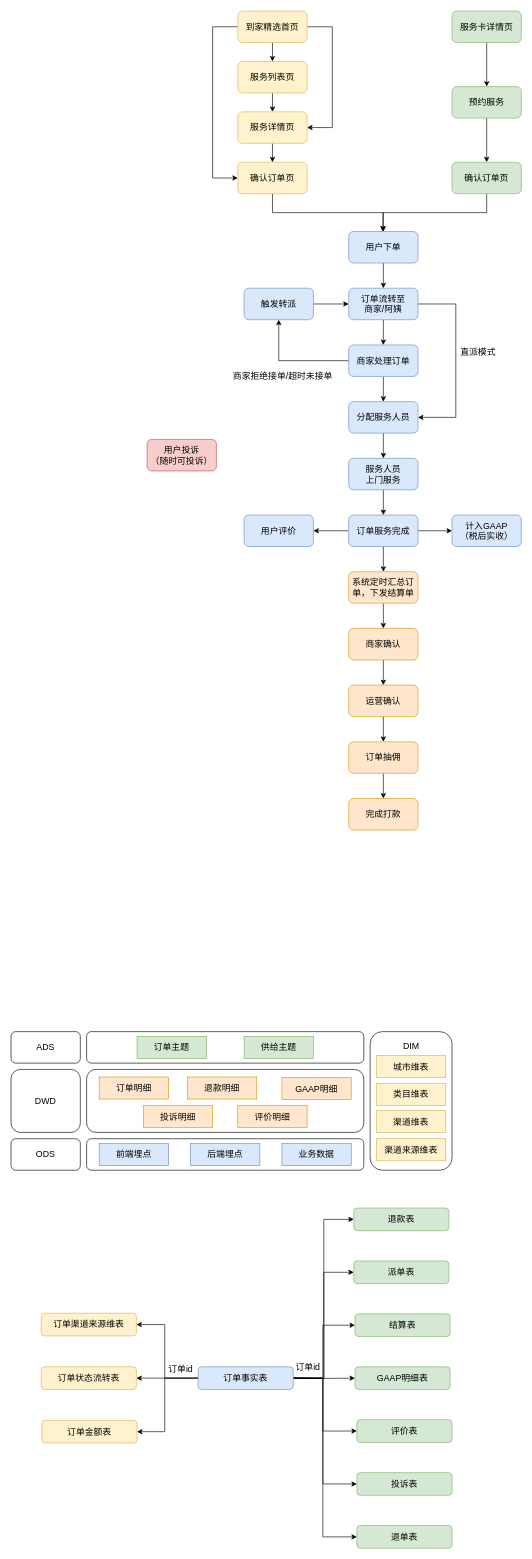
Before: page "家政交易侧业务流程" (3 of 3) of Untitled Diagram.drawio in chihiro-qx/hello-world, a draw.io diagram. Source tidied: cells renumbered, new cells numbered last; positions are measured from the earlier drawing's top-left corner, leaving out a move shared by most shapes. Both pictures are drawn from the tidied source at 63%, with x=0, y=0 at pixel (11, 11).
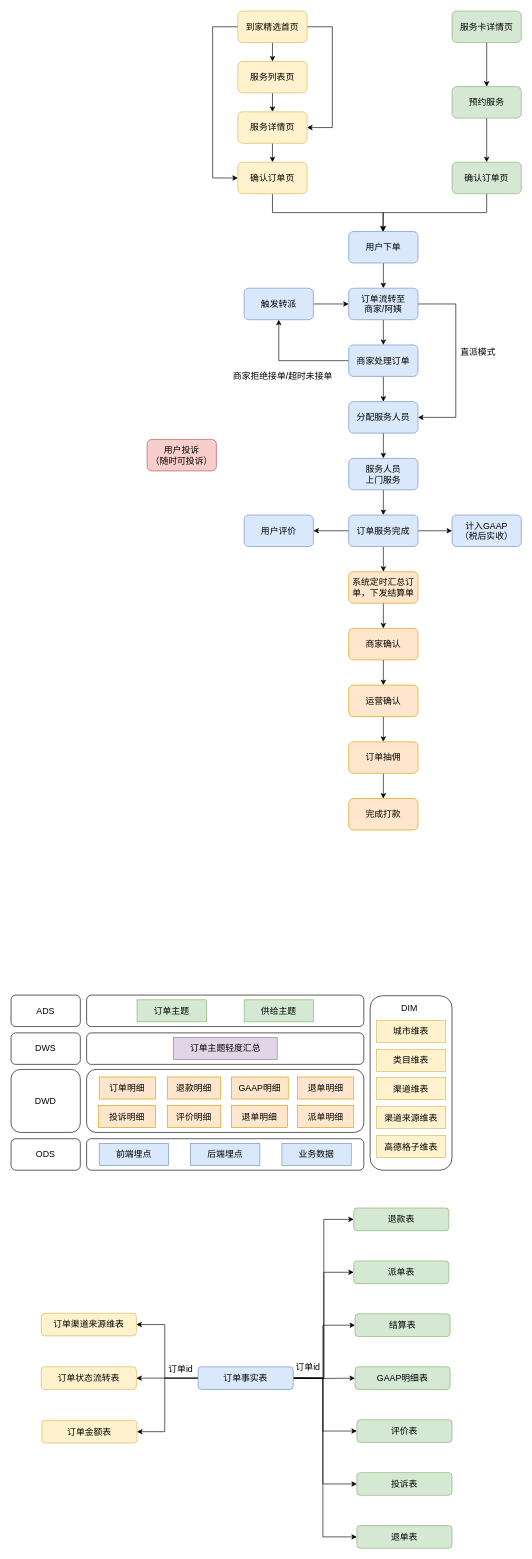
Above is the later version.

The edit, as a diff of the source:
```diff
@@
     <mxCell id="2" style="rounded=1;fontSize=14;shadow=0;html=1;whiteSpace=wrap;" parent="1" vertex="1">
-      <mxGeometry x="120" y="1620" width="440" height="50" as="geometry" />
+      <mxGeometry x="120" y="1562" width="440" height="50" as="geometry" />
     </mxCell>
@@
     <mxCell id="57" value="&lt;font style=&quot;font-size: 14px;&quot;&gt;订单明细&lt;/font&gt;" style="rounded=0;whiteSpace=wrap;html=1;shadow=0;fillColor=#ffe6cc;strokeColor=#d79b00;" parent="1" vertex="1">
-      <mxGeometry x="140" y="1692" width="110" height="35" as="geometry" />
+      <mxGeometry x="140" y="1692" width="89" height="35" as="geometry" />
     </mxCell>
     <mxCell id="58" value="&lt;font style=&quot;font-size: 14px;&quot;&gt;退款明细&lt;/font&gt;" style="rounded=0;whiteSpace=wrap;html=1;shadow=0;fillColor=#ffe6cc;strokeColor=#d79b00;" parent="1" vertex="1">
-      <mxGeometry x="280" y="1692" width="110" height="35" as="geometry" />
+      <mxGeometry x="248" y="1692" width="85" height="35" as="geometry" />
     </mxCell>
     <mxCell id="59" value="&lt;font style=&quot;font-size: 14px;&quot;&gt;GAAP明细&lt;/font&gt;" style="rounded=0;whiteSpace=wrap;html=1;shadow=0;fillColor=#ffe6cc;strokeColor=#d79b00;" parent="1" vertex="1">
-      <mxGeometry x="430" y="1693" width="110" height="35" as="geometry" />
+      <mxGeometry x="350" y="1692" width="90" height="35" as="geometry" />
     </mxCell>
     <mxCell id="60" value="&lt;font style=&quot;font-size: 14px;&quot;&gt;投诉明细&lt;/font&gt;" style="rounded=0;whiteSpace=wrap;html=1;shadow=0;fillColor=#ffe6cc;strokeColor=#d79b00;" parent="1" vertex="1">
-      <mxGeometry x="210" y="1737" width="110" height="35" as="geometry" />
+      <mxGeometry x="139" y="1737" width="90" height="35" as="geometry" />
     </mxCell>
     <mxCell id="61" value="&lt;font style=&quot;font-size: 14px;&quot;&gt;评价明细&lt;/font&gt;" style="rounded=0;whiteSpace=wrap;html=1;shadow=0;fillColor=#ffe6cc;strokeColor=#d79b00;" parent="1" vertex="1">
-      <mxGeometry x="360" y="1737" width="110" height="35" as="geometry" />
+      <mxGeometry x="248" y="1737" width="85" height="35" as="geometry" />
     </mxCell>
     <mxCell id="62" value="&lt;font style=&quot;font-size: 14px;&quot;&gt;订单主题&lt;/font&gt;" style="rounded=0;whiteSpace=wrap;html=1;shadow=0;fillColor=#d5e8d4;strokeColor=#82b366;" parent="1" vertex="1">
-      <mxGeometry x="200" y="1627.5" width="110" height="35" as="geometry" />
+      <mxGeometry x="200" y="1569.5" width="110" height="35" as="geometry" />
     </mxCell>
     <mxCell id="63" value="&lt;font style=&quot;font-size: 14px;&quot;&gt;供给主题&lt;/font&gt;" style="rounded=0;whiteSpace=wrap;html=1;shadow=0;fillColor=#d5e8d4;strokeColor=#82b366;" parent="1" vertex="1">
-      <mxGeometry x="370" y="1627.5" width="110" height="35" as="geometry" />
+      <mxGeometry x="370" y="1569.5" width="110" height="35" as="geometry" />
     </mxCell>
@@
     <mxCell id="65" value="ADS" style="rounded=1;fontSize=14;shadow=0;html=1;whiteSpace=wrap;" parent="1" vertex="1">
-      <mxGeometry y="1620" width="110" height="50" as="geometry" />
+      <mxGeometry y="1562" width="110" height="50" as="geometry" />
     </mxCell>
     <mxCell id="66" style="rounded=1;fontSize=14;shadow=0;html=1;whiteSpace=wrap;" parent="1" vertex="1">
-      <mxGeometry x="570" y="1620" width="130" height="220" as="geometry" />
+      <mxGeometry x="570" y="1563" width="130" height="277" as="geometry" />
     </mxCell>
     <mxCell id="67" value="DIM" style="text;html=1;align=center;verticalAlign=middle;strokeColor=none;fillColor=none;fontSize=14;fontColor=default;" parent="1" vertex="1">
-      <mxGeometry x="615" y="1633" width="40" height="20" as="geometry" />
+      <mxGeometry x="612" y="1573" width="40" height="20" as="geometry" />
     </mxCell>
     <mxCell id="68" value="&lt;font style=&quot;font-size: 14px;&quot;&gt;城市维表&lt;/font&gt;" style="rounded=0;whiteSpace=wrap;html=1;shadow=0;fillColor=#fff2cc;strokeColor=#d6b656;" parent="1" vertex="1">
-      <mxGeometry x="580" y="1658" width="110" height="35" as="geometry" />
+      <mxGeometry x="580" y="1602" width="110" height="35" as="geometry" />
     </mxCell>
     <mxCell id="69" value="&lt;font style=&quot;font-size: 14px;&quot;&gt;类目维表&lt;/font&gt;" style="rounded=0;whiteSpace=wrap;html=1;shadow=0;fillColor=#fff2cc;strokeColor=#d6b656;" parent="1" vertex="1">
-      <mxGeometry x="580" y="1702" width="110" height="35" as="geometry" />
+      <mxGeometry x="580" y="1648" width="110" height="35" as="geometry" />
     </mxCell>
     <mxCell id="70" value="&lt;font style=&quot;font-size: 14px;&quot;&gt;渠道维表&lt;/font&gt;" style="rounded=0;whiteSpace=wrap;html=1;shadow=0;fillColor=#fff2cc;strokeColor=#d6b656;" parent="1" vertex="1">
-      <mxGeometry x="580" y="1745" width="110" height="35" as="geometry" />
+      <mxGeometry x="580" y="1693" width="110" height="35" as="geometry" />
     </mxCell>
     <mxCell id="71" value="&lt;font style=&quot;font-size: 14px;&quot;&gt;渠道来源维表&lt;/font&gt;" style="rounded=0;whiteSpace=wrap;html=1;shadow=0;fillColor=#fff2cc;strokeColor=#d6b656;" parent="1" vertex="1">
-      <mxGeometry x="580" y="1790" width="110" height="35" as="geometry" />
+      <mxGeometry x="580" y="1739" width="110" height="35" as="geometry" />
     </mxCell>
@@
+    <mxCell id="95" value="&lt;font style=&quot;font-size: 14px;&quot;&gt;退单明细&lt;/font&gt;" style="rounded=0;whiteSpace=wrap;html=1;shadow=0;fillColor=#ffe6cc;strokeColor=#d79b00;" parent="1" vertex="1">
+      <mxGeometry x="455" y="1692" width="89" height="35" as="geometry" />
+    </mxCell>
+    <mxCell id="96" value="&lt;font style=&quot;font-size: 14px;&quot;&gt;退单明细&lt;/font&gt;" style="rounded=0;whiteSpace=wrap;html=1;shadow=0;fillColor=#ffe6cc;strokeColor=#d79b00;" parent="1" vertex="1">
+      <mxGeometry x="350" y="1737" width="89" height="35" as="geometry" />
+    </mxCell>
+    <mxCell id="97" value="&lt;font style=&quot;font-size: 14px;&quot;&gt;派单明细&lt;/font&gt;" style="rounded=0;whiteSpace=wrap;html=1;shadow=0;fillColor=#ffe6cc;strokeColor=#d79b00;" parent="1" vertex="1">
+      <mxGeometry x="455" y="1737" width="89" height="35" as="geometry" />
+    </mxCell>
+    <mxCell id="98" style="rounded=1;fontSize=14;shadow=0;html=1;whiteSpace=wrap;" parent="1" vertex="1">
+      <mxGeometry x="120" y="1622" width="440" height="50" as="geometry" />
+    </mxCell>
+    <mxCell id="99" value="&lt;font style=&quot;font-size: 14px;&quot;&gt;订单主题轻度汇总&lt;/font&gt;" style="rounded=0;whiteSpace=wrap;html=1;shadow=0;fillColor=#e1d5e7;strokeColor=#9673a6;" parent="1" vertex="1">
+      <mxGeometry x="257.5" y="1629.5" width="165" height="35" as="geometry" />
+    </mxCell>
+    <mxCell id="100" value="DWS" style="rounded=1;fontSize=14;shadow=0;html=1;whiteSpace=wrap;" parent="1" vertex="1">
+      <mxGeometry y="1622" width="110" height="50" as="geometry" />
+    </mxCell>
+    <mxCell id="101" value="&lt;font style=&quot;font-size: 14px;&quot;&gt;高德格子维表&lt;/font&gt;" style="rounded=0;whiteSpace=wrap;html=1;shadow=0;fillColor=#fff2cc;strokeColor=#d6b656;" parent="1" vertex="1">
+      <mxGeometry x="580" y="1785" width="110" height="35" as="geometry" />
+    </mxCell>
```
